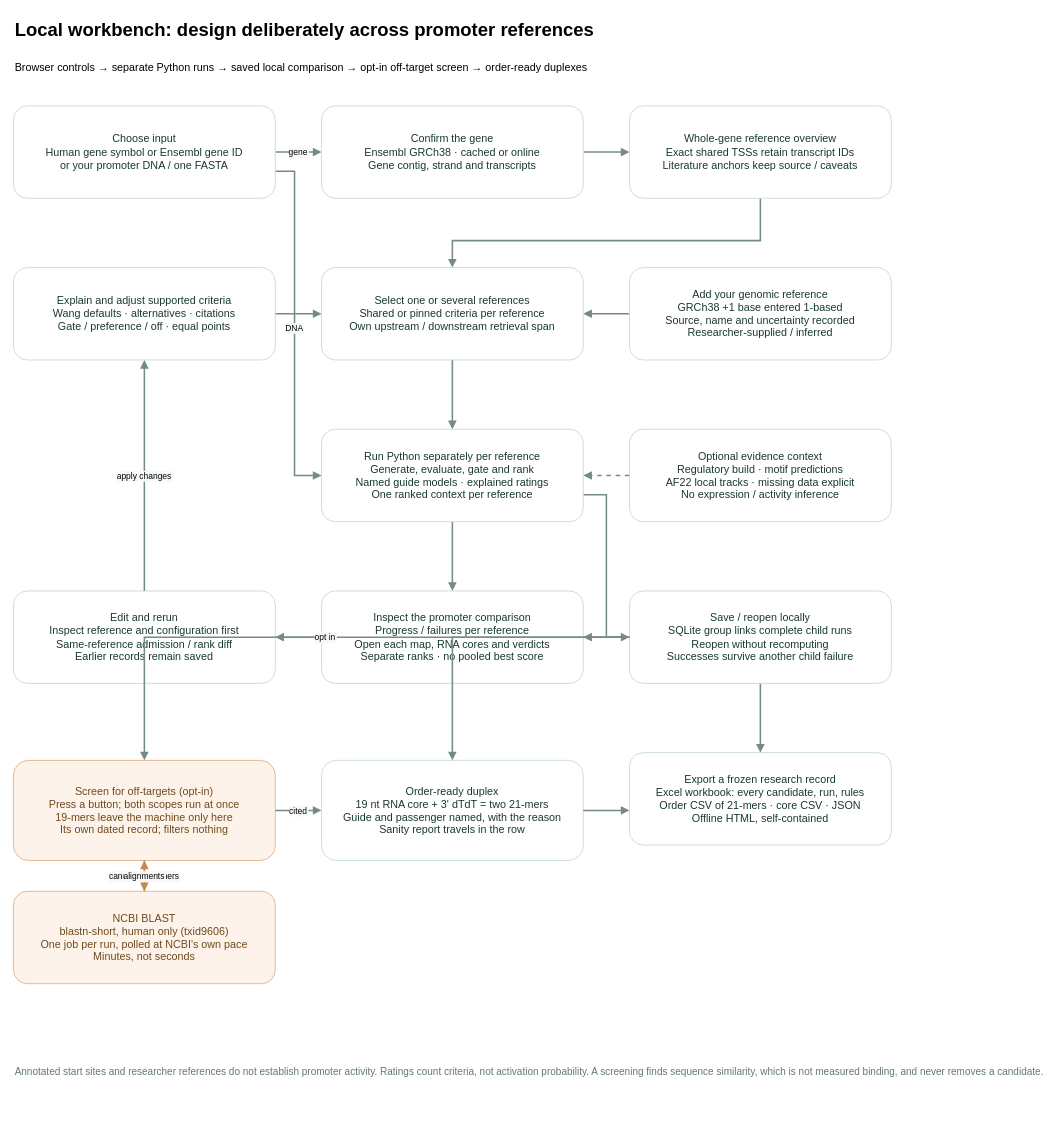
Above: page "Current multi-promoter workbench" (1 of 3) of docs/architecture/website-flow.drawio in JoepVondervoort/sarna-designer (draw.io), before the change. Source tidied: cells renumbered, new cells numbered last; positions are measured from the earlier drawing's top-left corner, leaving out a move shared by most shapes. Both pictures are drawn from the tidied source at 77%, with x=0, y=0 at pixel (13, 13).
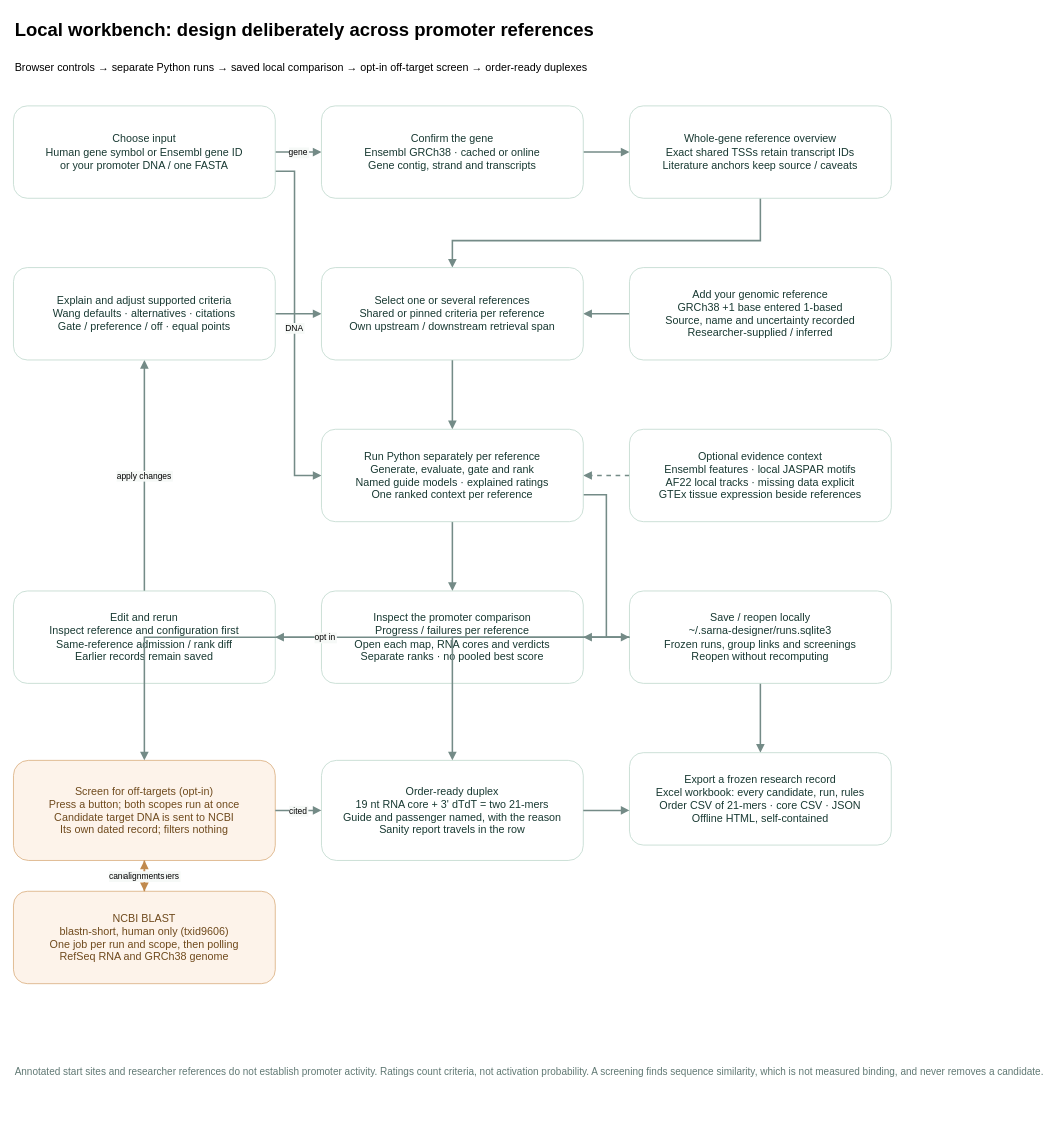
After the change.

Diff of the diagram source:
```diff
@@
-    <mxCell id="25" value="Optional evidence context&#10;Regulatory build · motif predictions&#10;AF22 local tracks · missing data explicit&#10;No expression / activity inference" style="rounded=1;whiteSpace=wrap;html=0;fillColor=#ffffff;strokeColor=#bdd7cc;fontColor=#183932;fontSize=14;spacing=12;" parent="1" vertex="1">
+    <mxCell id="25" value="Optional evidence context&#10;Ensembl features · local JASPAR motifs&#10;AF22 local tracks · missing data explicit&#10;GTEx tissue expression beside references" style="rounded=1;whiteSpace=wrap;html=0;fillColor=#ffffff;strokeColor=#bdd7cc;fontColor=#183932;fontSize=14;spacing=12;" parent="1" vertex="1">
       <mxGeometry x="800" y="540" width="340" height="120" as="geometry" />
     </mxCell>
@@
-    <mxCell id="28" value="Save / reopen locally&#10;SQLite group links complete child runs&#10;Reopen without recomputing&#10;Successes survive another child failure" style="rounded=1;whiteSpace=wrap;html=0;fillColor=#ffffff;strokeColor=#bdd7cc;fontColor=#183932;fontSize=14;spacing=12;" parent="1" vertex="1">
+    <mxCell id="28" value="Save / reopen locally&#10;~/.sarna-designer/runs.sqlite3&#10;Frozen runs, group links and screenings&#10;Reopen without recomputing" style="rounded=1;whiteSpace=wrap;html=0;fillColor=#ffffff;strokeColor=#bdd7cc;fontColor=#183932;fontSize=14;spacing=12;" parent="1" vertex="1">
       <mxGeometry x="800" y="750" width="340" height="120" as="geometry" />
     </mxCell>
@@
-    <mxCell id="30" value="Screen for off-targets (opt-in)&#10;Press a button; both scopes run at once&#10;19-mers leave the machine only here&#10;Its own dated record; filters nothing" style="rounded=1;whiteSpace=wrap;html=0;fillColor=#fdf3ea;strokeColor=#d8ab7a;fontColor=#6f4a1d;fontSize=14;spacing=12;" parent="1" vertex="1">
+    <mxCell id="30" value="Screen for off-targets (opt-in)&#10;Press a button; both scopes run at once&#10;Candidate target DNA is sent to NCBI&#10;Its own dated record; filters nothing" style="rounded=1;whiteSpace=wrap;html=0;fillColor=#fdf3ea;strokeColor=#d8ab7a;fontColor=#6f4a1d;fontSize=14;spacing=12;" parent="1" vertex="1">
       <mxGeometry y="970" width="340" height="130" as="geometry" />
     </mxCell>
-    <mxCell id="31" value="NCBI BLAST&#10;blastn-short, human only (txid9606)&#10;One job per run, polled at NCBI's own pace&#10;Minutes, not seconds" style="rounded=1;whiteSpace=wrap;html=0;fillColor=#fdf3ea;strokeColor=#d8ab7a;fontColor=#6f4a1d;fontSize=14;spacing=12;" parent="1" vertex="1">
+    <mxCell id="31" value="NCBI BLAST&#10;blastn-short, human only (txid9606)&#10;One job per run and scope, then polling&#10;RefSeq RNA and GRCh38 genome" style="rounded=1;whiteSpace=wrap;html=0;fillColor=#fdf3ea;strokeColor=#d8ab7a;fontColor=#6f4a1d;fontSize=14;spacing=12;" parent="1" vertex="1">
       <mxGeometry y="1140" width="340" height="120" as="geometry" />
     </mxCell>
```
